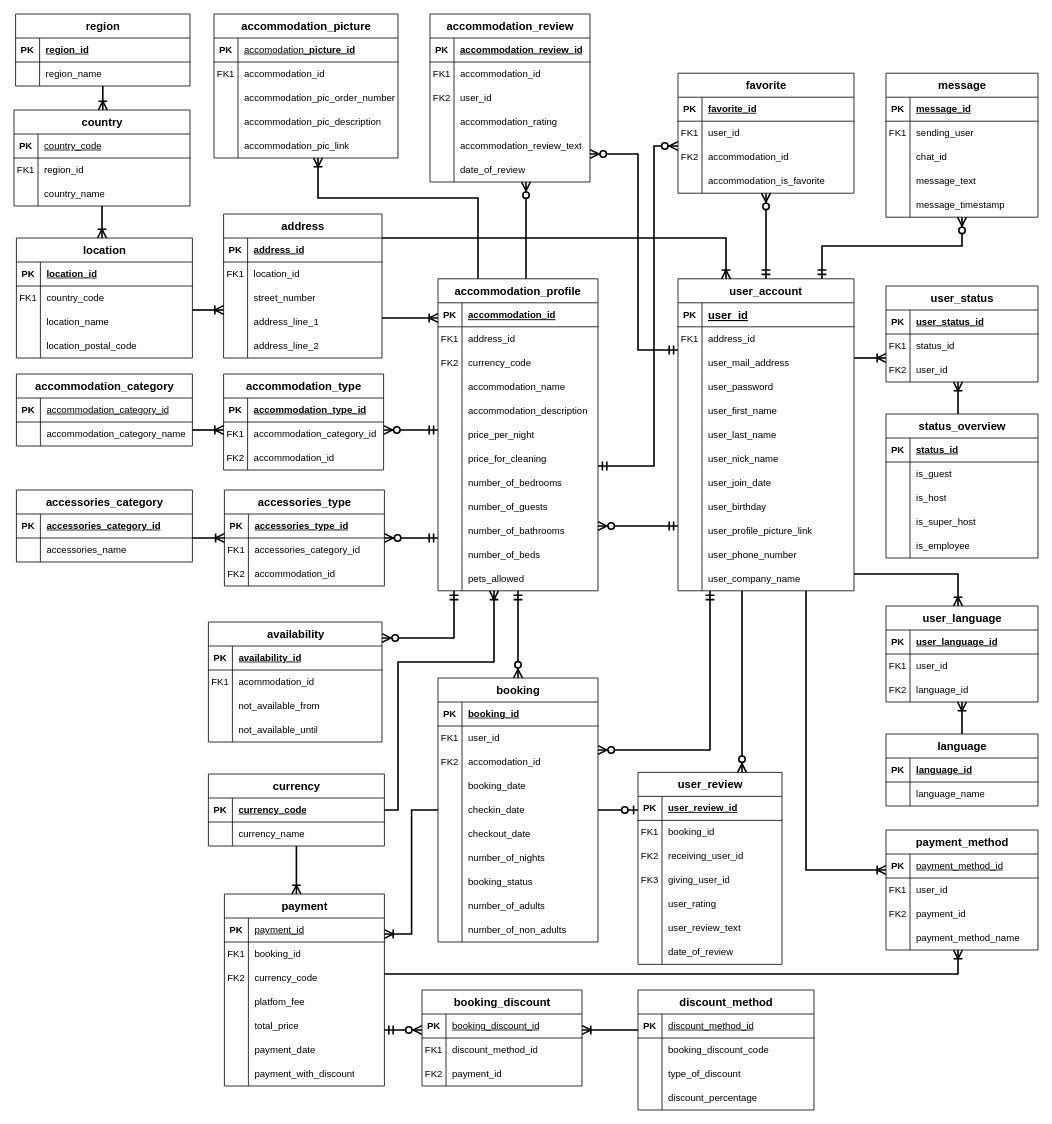
DaSteff91/SQL_Repo keeps this draw.io diagram as Steffbnb.drawio. Above is the earlier version. Source tidied: cells renumbered, new cells numbered last; positions are measured from the earlier drawing's top-left corner, leaving out a move shared by most shapes. Both pictures are drawn from the tidied source at 80%, with x=0, y=0 at pixel (14, 14).
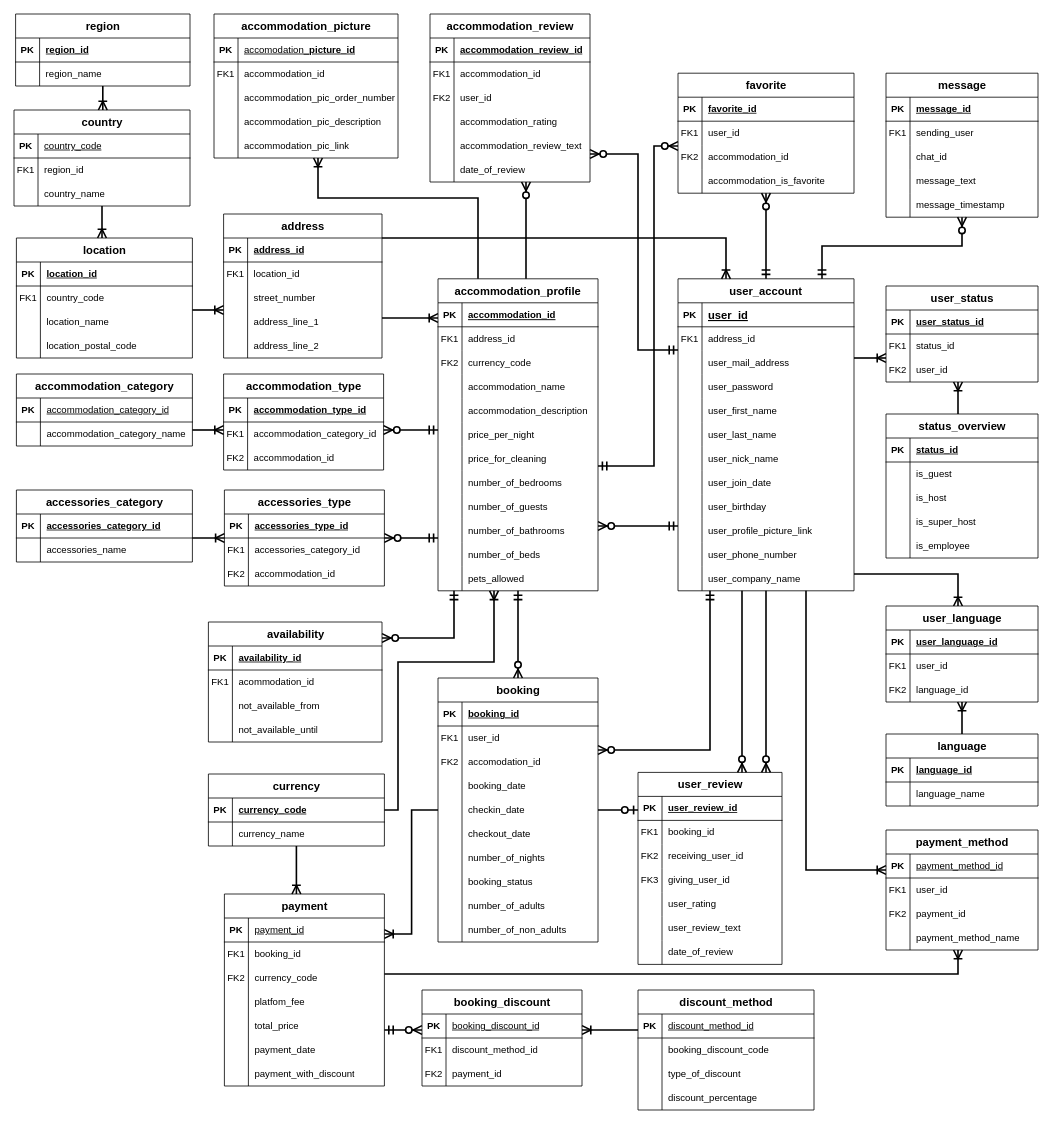
Above is the later version.

Commit message:
Adding the missing 2nd relation ship for the user review

Unchanged cells that the change refers to:
```xml
<mxCell id="2" value="user_account" style="shape=table;startSize=30;childLayout=tableLayout;rowLines=0;fontStyle=1;align=center;fontSize=14;resizeLastRow=0;swimlaneHead=1;swimlaneBody=1;horizontal=1;portConstraintRotation=0;noLabel=0;labelBackgroundColor=none;" parent="1" vertex="1">
  <mxGeometry x="830" y="331" width="220" height="390" as="geometry" />
</mxCell>
<mxCell id="205" value="user_review" style="shape=table;startSize=30;childLayout=tableLayout;rowLines=0;fontStyle=1;align=center;html=1;fontSize=14;labelBackgroundColor=none;" parent="1" vertex="1">
  <mxGeometry x="780" y="948" width="180" height="240" as="geometry" />
</mxCell>
```

The edit, as a diff of the source:
```diff
@@
+    <mxCell id="426" style="edgeStyle=orthogonalEdgeStyle;fontSize=12;html=1;endArrow=ERzeroToMany;endFill=1;rounded=0;strokeWidth=2;align=center;verticalAlign=middle;fontFamily=Helvetica;fontColor=default;labelBackgroundColor=none;startSize=8;endSize=8;" parent="1" edge="1" source="2" target="205">
+      <mxGeometry relative="1" as="geometry">
+        <Array as="points">
+          <mxPoint x="940" y="890" />
+          <mxPoint x="940" y="890" />
+        </Array>
+      </mxGeometry>
+    </mxCell>
```
